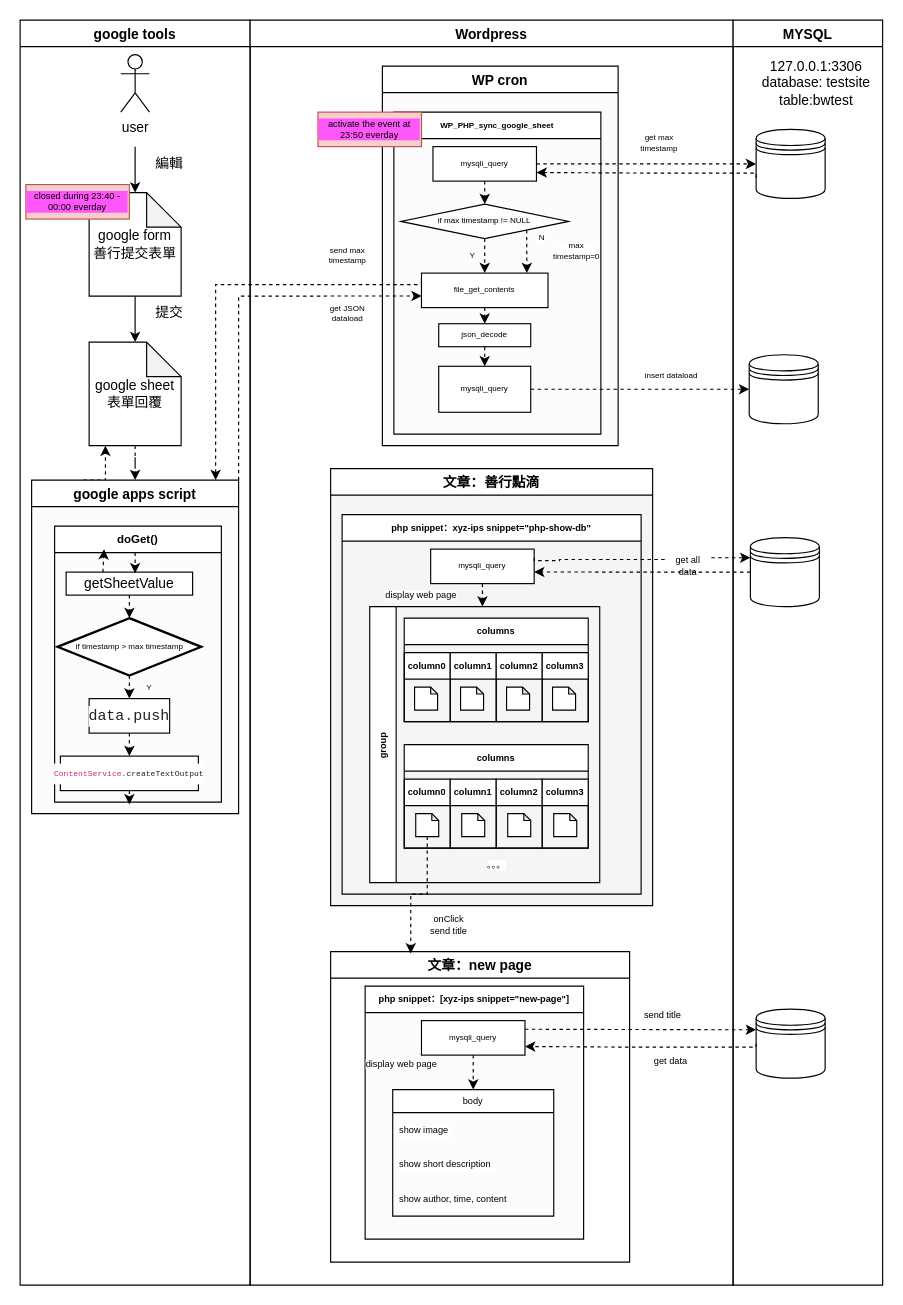
kd40629rtlrtl/bwtest_do_good_things_records keeps this draw.io diagram as 善行點滴流程圖.drawio. Above is the earlier version. Source tidied: cells renumbered, new cells numbered last; positions are measured from the earlier drawing's top-left corner, leaving out a move shared by most shapes. Both pictures are drawn from the tidied source at 115%, with x=0, y=0 at pixel (20, 20).
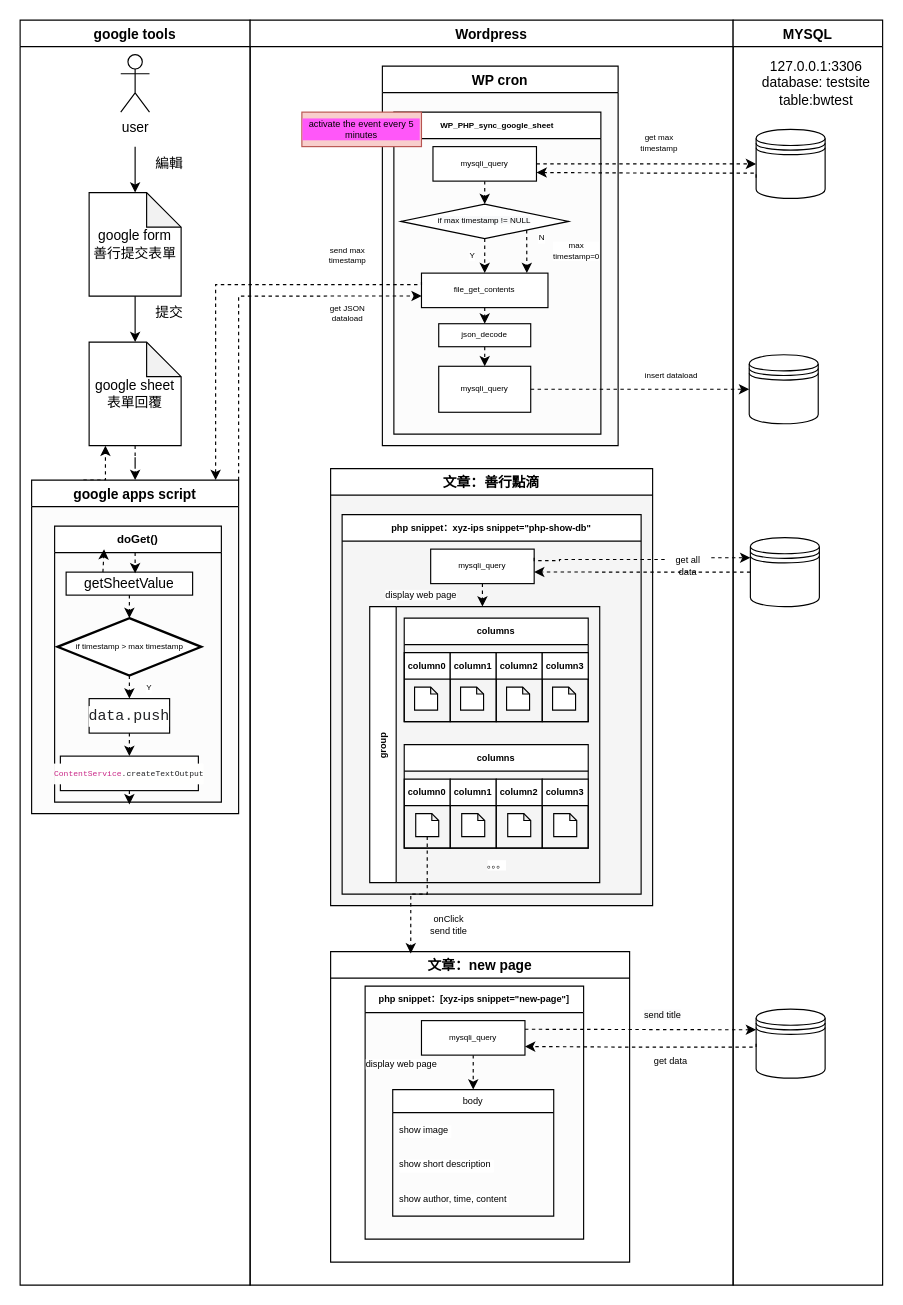
After the change.

Commit message:
更新善行點滴流程圖.drawio

The change refers to these unchanged cells:
```xml
<mxCell id="2" value="google tools" style="swimlane;fillColor=none;swimlaneFillColor=none;" parent="1" vertex="1">
  <mxGeometry width="200" height="1100" as="geometry" />
</mxCell>
<mxCell id="25" value="WP cron" style="swimlane;swimlaneFillColor=#FCFCFC;" parent="23" vertex="1">
  <mxGeometry x="115" y="40" width="205" height="330" as="geometry" />
</mxCell>
```

Diff of the diagram source:
```diff
@@
-    <mxCell id="22" value="closed during 23:40 - 00:00 everday" style="text;html=1;strokeColor=#b85450;fillColor=#f8cecc;align=center;verticalAlign=middle;whiteSpace=wrap;rounded=0;labelBackgroundColor=#FF57F9;labelBorderColor=none;fontSize=8;" parent="2" vertex="1">
-      <mxGeometry x="5" y="143" width="90" height="30" as="geometry" />
-    </mxCell>
@@
-    <mxCell id="39" value="activate the event at 23:50 everday" style="text;html=1;strokeColor=#b85450;fillColor=#f8cecc;align=center;verticalAlign=middle;whiteSpace=wrap;rounded=0;labelBackgroundColor=#FF57F9;labelBorderColor=none;fontSize=8;" parent="25" vertex="1">
-      <mxGeometry x="-56" y="40" width="90" height="30" as="geometry" />
+    <mxCell id="39" value="activate the event every 5 minutes" style="text;html=1;strokeColor=#b85450;fillColor=#f8cecc;align=center;verticalAlign=middle;whiteSpace=wrap;rounded=0;labelBackgroundColor=#FF57F9;labelBorderColor=none;fontSize=8;" parent="25" vertex="1">
+      <mxGeometry x="-70" y="40" width="104" height="30" as="geometry" />
     </mxCell>
```
